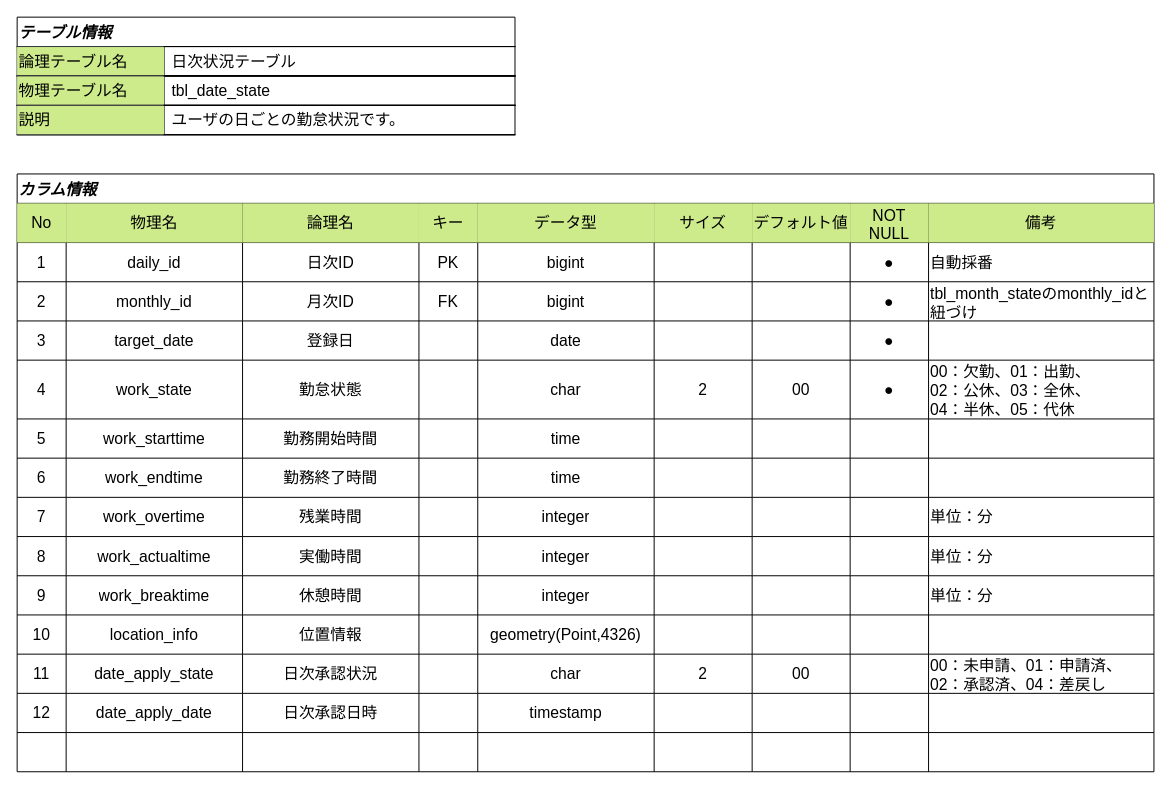
Before: docs/database/tbl_date_state.drawio in youkobaske/agentSupport-attendanceSystem, a draw.io diagram. Source tidied: cells renumbered, new cells numbered last; positions are measured from the earlier drawing's top-left corner, leaving out a move shared by most shapes. Both pictures are drawn from the tidied source at 98%, with x=0, y=0 at pixel (17, 17).
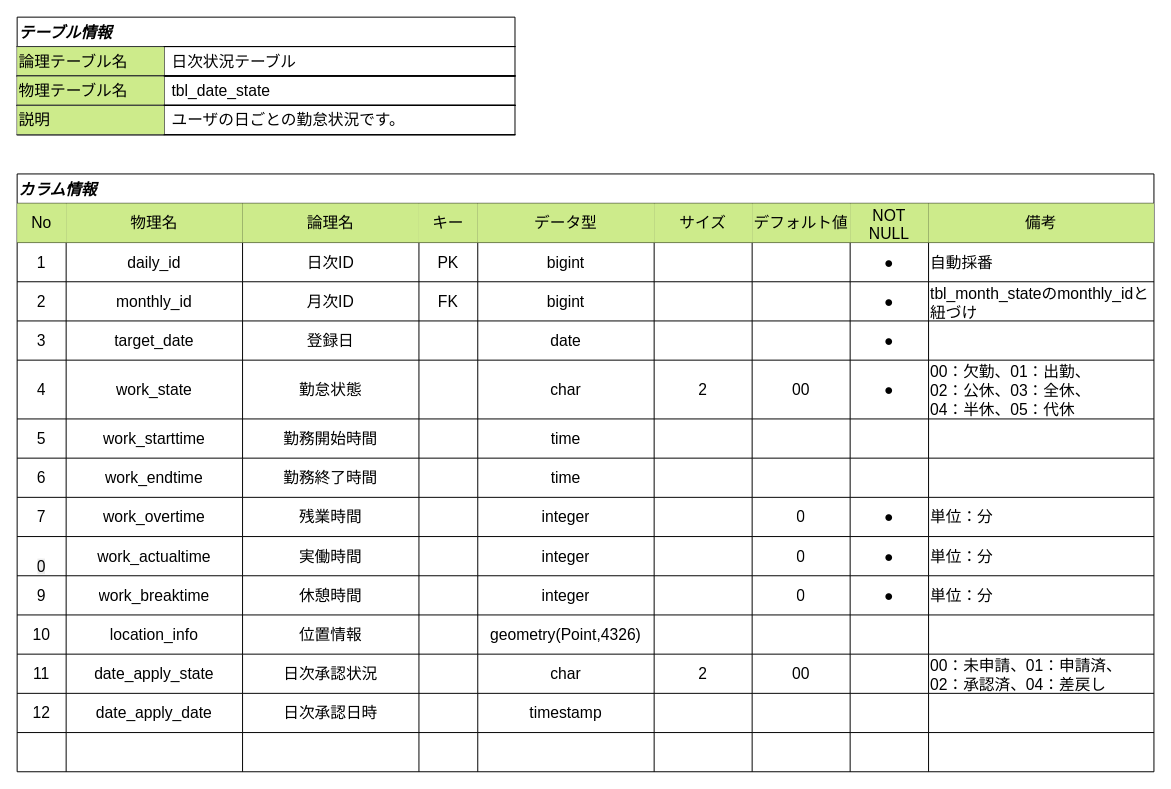
The same diagram, later.

Commit message (it also covers changes not shown here):
デフォルト値を一部修正

Unchanged cells that the change refers to:
```xml
<mxCell id="83" style="shape=tableRow;horizontal=0;startSize=0;swimlaneHead=0;swimlaneBody=0;strokeColor=inherit;top=0;left=0;bottom=0;right=0;fillColor=none;fontSize=16;" parent="12" vertex="1">
  <mxGeometry y="330" width="1160" height="40" as="geometry" />
</mxCell>
<mxCell id="93" style="shape=tableRow;horizontal=0;startSize=0;swimlaneHead=0;swimlaneBody=0;strokeColor=inherit;top=0;left=0;bottom=0;right=0;fillColor=none;fontSize=16;" parent="12" vertex="1">
  <mxGeometry y="370" width="1160" height="40" as="geometry" />
</mxCell>
<mxCell id="103" style="shape=tableRow;horizontal=0;startSize=0;swimlaneHead=0;swimlaneBody=0;strokeColor=inherit;top=0;left=0;bottom=0;right=0;fillColor=none;fontSize=16;" parent="12" vertex="1">
  <mxGeometry y="410" width="1160" height="40" as="geometry" />
</mxCell>
```

Diff of the diagram source:
```diff
@@
-    <mxCell id="90" style="shape=partialRectangle;html=1;whiteSpace=wrap;strokeColor=inherit;overflow=hidden;fillColor=none;top=0;left=0;bottom=0;right=0;fontSize=16;" parent="83" vertex="1">
+    <mxCell id="90" value="0" style="shape=partialRectangle;html=1;whiteSpace=wrap;strokeColor=inherit;overflow=hidden;fillColor=none;top=0;left=0;bottom=0;right=0;fontSize=16;" parent="83" vertex="1">
       <mxGeometry x="750" width="100" height="40" as="geometry" />
     </mxCell>
-    <mxCell id="91" style="shape=partialRectangle;html=1;whiteSpace=wrap;strokeColor=inherit;overflow=hidden;fillColor=none;top=0;left=0;bottom=0;right=0;fontSize=16;" parent="83" vertex="1">
+    <mxCell id="91" value="●" style="shape=partialRectangle;html=1;whiteSpace=wrap;strokeColor=inherit;overflow=hidden;fillColor=none;top=0;left=0;bottom=0;right=0;fontSize=16;" parent="83" vertex="1">
       <mxGeometry x="850" width="80" height="40" as="geometry" />
     </mxCell>
@@
-    <mxCell id="94" value="8" style="shape=partialRectangle;html=1;whiteSpace=wrap;strokeColor=inherit;overflow=hidden;fillColor=none;top=0;left=0;bottom=0;right=0;fontSize=16;" parent="93" vertex="1">
+    <mxCell id="94" value="&#10;&lt;span style=&quot;color: rgb(0, 0, 0); font-family: Helvetica; font-size: 16px; font-style: normal; font-variant-ligatures: normal; font-variant-caps: normal; font-weight: 400; letter-spacing: normal; orphans: 2; text-align: center; text-indent: 0px; text-transform: none; widows: 2; word-spacing: 0px; -webkit-text-stroke-width: 0px; white-space: normal; background-color: rgb(236, 236, 236); text-decoration-thickness: initial; text-decoration-style: initial; text-decoration-color: initial; display: inline !important; float: none;&quot;&gt;0&lt;/span&gt;&#10;&#10;" style="shape=partialRectangle;html=1;whiteSpace=wrap;strokeColor=inherit;overflow=hidden;fillColor=none;top=0;left=0;bottom=0;right=0;fontSize=16;" parent="93" vertex="1">
       <mxGeometry width="50" height="40" as="geometry" />
     </mxCell>
@@
-    <mxCell id="100" style="shape=partialRectangle;html=1;whiteSpace=wrap;strokeColor=inherit;overflow=hidden;fillColor=none;top=0;left=0;bottom=0;right=0;fontSize=16;" parent="93" vertex="1">
+    <mxCell id="100" value="0" style="shape=partialRectangle;html=1;whiteSpace=wrap;strokeColor=inherit;overflow=hidden;fillColor=none;top=0;left=0;bottom=0;right=0;fontSize=16;" parent="93" vertex="1">
       <mxGeometry x="750" width="100" height="40" as="geometry" />
     </mxCell>
-    <mxCell id="101" style="shape=partialRectangle;html=1;whiteSpace=wrap;strokeColor=inherit;overflow=hidden;fillColor=none;top=0;left=0;bottom=0;right=0;fontSize=16;" parent="93" vertex="1">
+    <mxCell id="101" value="●" style="shape=partialRectangle;html=1;whiteSpace=wrap;strokeColor=inherit;overflow=hidden;fillColor=none;top=0;left=0;bottom=0;right=0;fontSize=16;" parent="93" vertex="1">
       <mxGeometry x="850" width="80" height="40" as="geometry" />
     </mxCell>
@@
-    <mxCell id="110" style="shape=partialRectangle;html=1;whiteSpace=wrap;strokeColor=inherit;overflow=hidden;fillColor=none;top=0;left=0;bottom=0;right=0;fontSize=16;" parent="103" vertex="1">
+    <mxCell id="110" value="0" style="shape=partialRectangle;html=1;whiteSpace=wrap;strokeColor=inherit;overflow=hidden;fillColor=none;top=0;left=0;bottom=0;right=0;fontSize=16;" parent="103" vertex="1">
       <mxGeometry x="750" width="100" height="40" as="geometry" />
     </mxCell>
-    <mxCell id="111" style="shape=partialRectangle;html=1;whiteSpace=wrap;strokeColor=inherit;overflow=hidden;fillColor=none;top=0;left=0;bottom=0;right=0;fontSize=16;" parent="103" vertex="1">
+    <mxCell id="111" value="●" style="shape=partialRectangle;html=1;whiteSpace=wrap;strokeColor=inherit;overflow=hidden;fillColor=none;top=0;left=0;bottom=0;right=0;fontSize=16;" parent="103" vertex="1">
       <mxGeometry x="850" width="80" height="40" as="geometry" />
     </mxCell>
```
